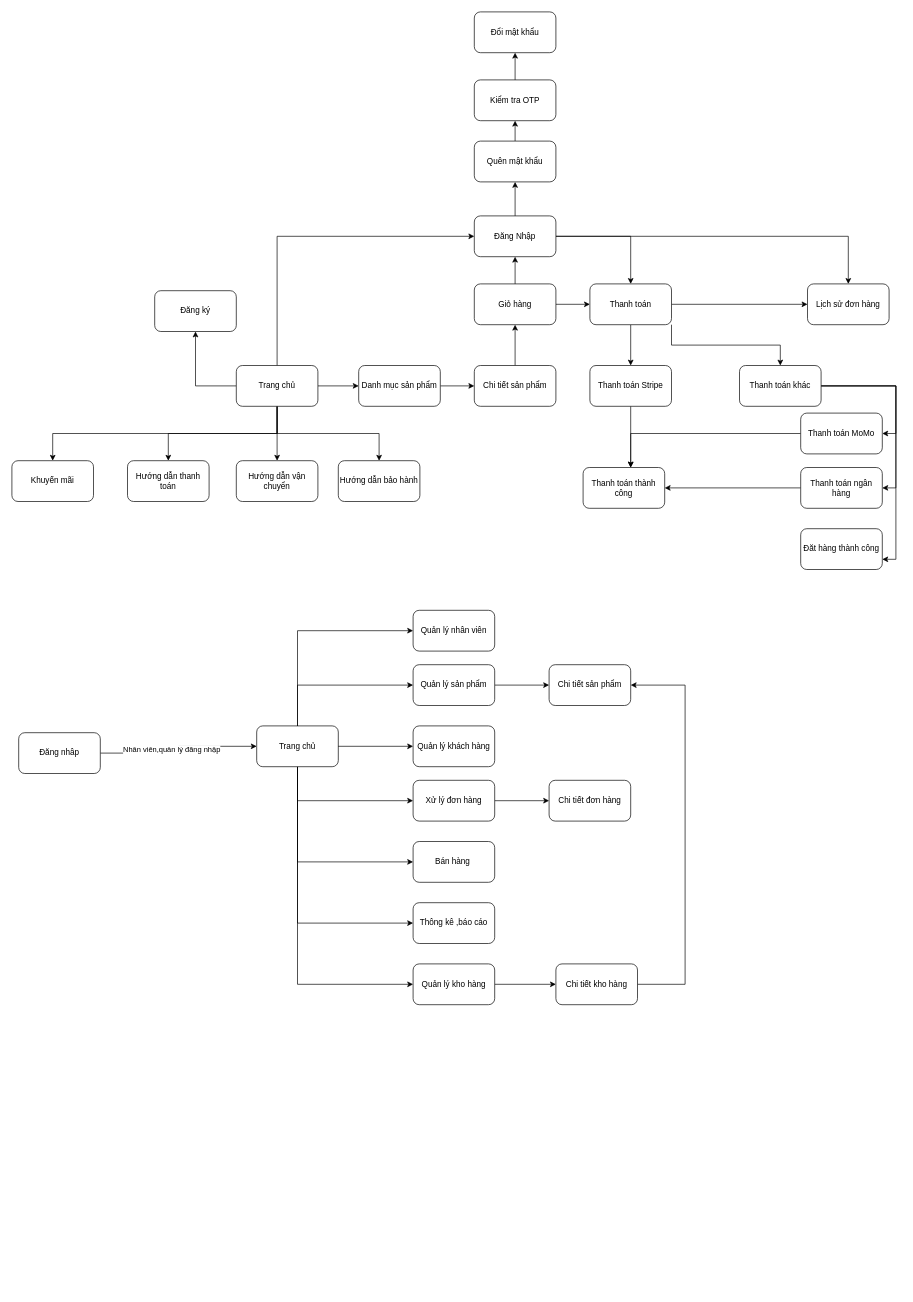
The draw.io diagram Báo Cáo/SơĐồLuồngMànHình.drawio in hoangtuandrive/GearVM, before the edit. Source tidied: cells renumbered, new cells numbered last; positions are measured from the earlier drawing's top-left corner, leaving out a move shared by most shapes. Both pictures are drawn from the tidied source at 68%, with x=0, y=0 at pixel (12, 12).
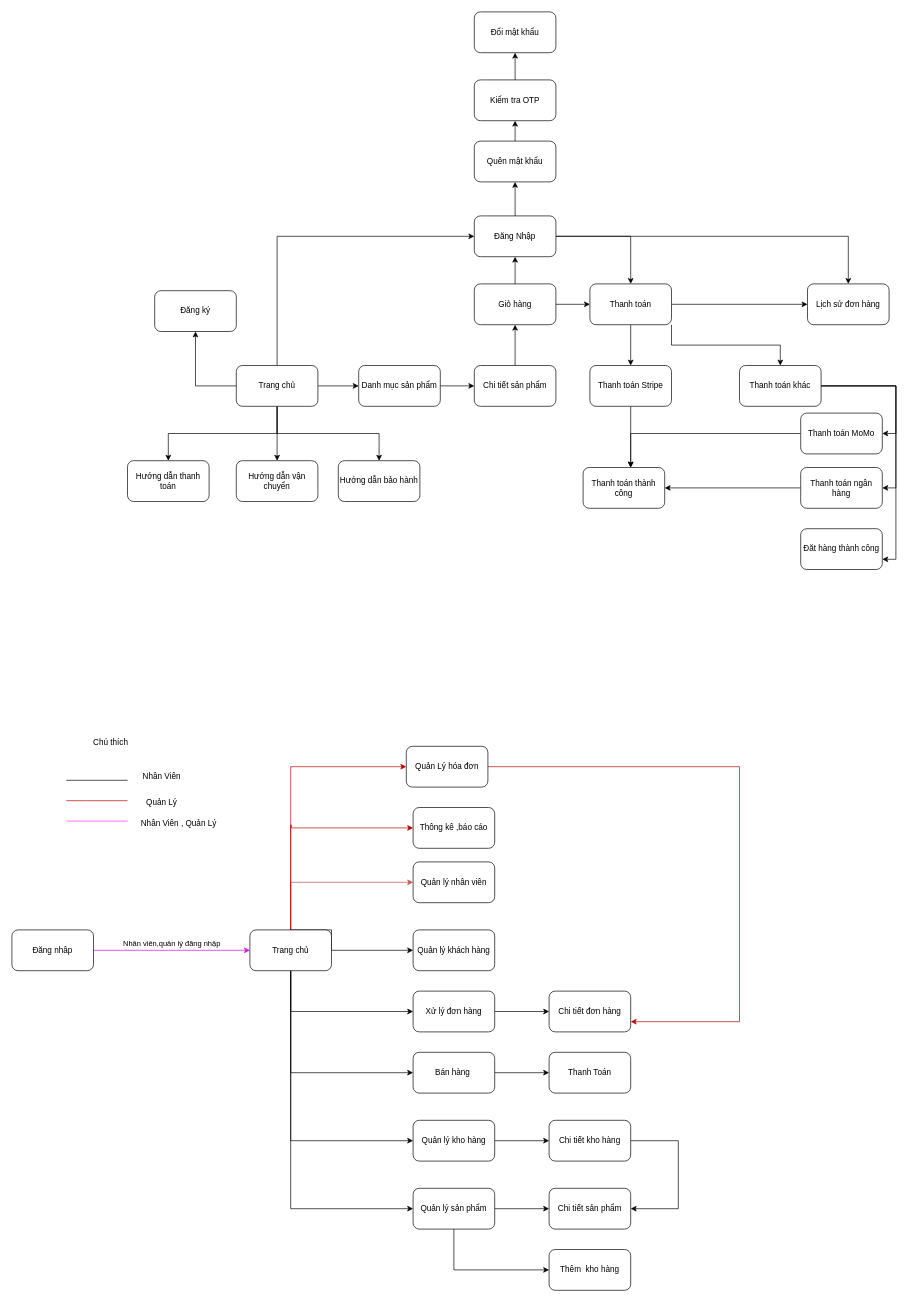
The same page after the edit.

Unchanged cells that the change refers to:
```xml
<mxCell id="9" value="Trang chủ" style="rounded=1;whiteSpace=wrap;html=1;" parent="1" vertex="1">
  <mxGeometry x="330" y="520" width="120" height="60" as="geometry" />
</mxCell>
```

Change to the diagram source:
```diff
@@
-    <mxCell id="8" style="edgeStyle=orthogonalEdgeStyle;rounded=0;jettySize=auto;html=1;" parent="1" edge="1" source="9" target="70">
-      <mxGeometry relative="1" as="geometry">
-        <Array as="points">
-          <mxPoint x="390" y="620" />
-          <mxPoint x="60" y="620" />
-        </Array>
-      </mxGeometry>
-    </mxCell>
@@
-    <mxCell id="30" value="Nhân viên,quản lý đăng nhập" style="edgeStyle=orthogonalEdgeStyle;rounded=0;jettySize=auto;html=1;" parent="1" edge="1" source="31" target="39">
+    <mxCell id="30" value="Nhân viên,quản lý đăng nhập" style="edgeStyle=orthogonalEdgeStyle;rounded=0;jettySize=auto;html=1;fillColor=#e3c800;strokeColor=#d70ae6;" parent="1" edge="1" source="31" target="39">
       <mxGeometry y="10" relative="1" as="geometry" />
     </mxCell>
     <mxCell id="31" value="Đăng nhâp" style="rounded=1;whiteSpace=wrap;html=1;" parent="1" vertex="1">
-      <mxGeometry x="10" y="1060" width="120" height="60" as="geometry" />
+      <mxGeometry y="1350" width="120" height="60" as="geometry" />
     </mxCell>
-    <mxCell id="32" style="edgeStyle=orthogonalEdgeStyle;rounded=0;jettySize=auto;html=1;exitX=0.5;exitY=0;exitDx=0;exitDy=0;entryX=0;entryY=0.5;entryDx=0;entryDy=0;" parent="1" edge="1" source="39" target="40">
+    <mxCell id="32" style="edgeStyle=orthogonalEdgeStyle;rounded=0;jettySize=auto;html=1;exitX=0.5;exitY=0;exitDx=0;exitDy=0;entryX=0;entryY=0.5;entryDx=0;entryDy=0;fillColor=#f8cecc;strokeColor=#b85450;" parent="1" edge="1" source="39" target="40">
       <mxGeometry relative="1" as="geometry" />
     </mxCell>
     <mxCell id="33" style="edgeStyle=orthogonalEdgeStyle;rounded=0;jettySize=auto;html=1;exitX=1;exitY=0.5;exitDx=0;exitDy=0;entryX=0;entryY=0.5;entryDx=0;entryDy=0;" parent="1" edge="1" source="39" target="42">
       <mxGeometry relative="1" as="geometry">
         <Array as="points">
-          <mxPoint x="420" y="1080" />
-          <mxPoint x="420" y="990" />
+          <mxPoint x="470" y="1350" />
+          <mxPoint x="410" y="1350" />
+          <mxPoint x="410" y="1760" />
         </Array>
       </mxGeometry>
     </mxCell>
     <mxCell id="34" style="edgeStyle=orthogonalEdgeStyle;rounded=0;jettySize=auto;html=1;exitX=0.5;exitY=1;exitDx=0;exitDy=0;entryX=0;entryY=0.5;entryDx=0;entryDy=0;" parent="1" edge="1" source="39" target="43">
       <mxGeometry relative="1" as="geometry">
         <Array as="points">
-          <mxPoint x="420" y="1080" />
+          <mxPoint x="410" y="1380" />
         </Array>
       </mxGeometry>
     </mxCell>
@@
-    <mxCell id="37" style="edgeStyle=orthogonalEdgeStyle;rounded=0;jettySize=auto;html=1;exitX=0.5;exitY=1;exitDx=0;exitDy=0;entryX=0;entryY=0.5;entryDx=0;entryDy=0;" parent="1" edge="1" source="39" target="47">
-      <mxGeometry relative="1" as="geometry" />
+    <mxCell id="37" style="edgeStyle=orthogonalEdgeStyle;rounded=0;jettySize=auto;html=1;exitX=0.5;exitY=0;exitDx=0;exitDy=0;entryX=0;entryY=0.5;entryDx=0;entryDy=0;fillColor=#e51400;strokeColor=#B20000;" parent="1" edge="1" source="39" target="47">
+      <mxGeometry relative="1" as="geometry">
+        <Array as="points">
+          <mxPoint x="410" y="1196" />
+          <mxPoint x="411" y="1040" />
+        </Array>
+      </mxGeometry>
     </mxCell>
     <mxCell id="38" style="edgeStyle=orthogonalEdgeStyle;rounded=0;jettySize=auto;html=1;exitX=0.5;exitY=1;exitDx=0;exitDy=0;entryX=0;entryY=0.5;entryDx=0;entryDy=0;" parent="1" edge="1" source="39" target="49">
-      <mxGeometry relative="1" as="geometry" />
+      <mxGeometry relative="1" as="geometry">
+        <Array as="points">
+          <mxPoint x="410" y="1660" />
+        </Array>
+      </mxGeometry>
     </mxCell>
+    <mxCell id="72" style="edgeStyle=orthogonalEdgeStyle;rounded=0;jettySize=auto;html=1;exitX=0.5;exitY=0;exitDx=0;exitDy=0;entryX=0;entryY=0.5;entryDx=0;entryDy=0;fillColor=#e51400;strokeColor=#B20000;" parent="1" edge="1" source="39" target="78">
+      <mxGeometry relative="1" as="geometry" />
+    </mxCell>
     <mxCell id="39" value="Trang chủ" style="rounded=1;whiteSpace=wrap;html=1;" parent="1" vertex="1">
-      <mxGeometry x="360" y="1050" width="120" height="60" as="geometry" />
+      <mxGeometry x="350" y="1350" width="120" height="60" as="geometry" />
     </mxCell>
     <mxCell id="40" value="Quản lý nhân viên" style="rounded=1;whiteSpace=wrap;html=1;" parent="1" vertex="1">
-      <mxGeometry x="590" y="880" width="120" height="60" as="geometry" />
+      <mxGeometry x="590" y="1250" width="120" height="60" as="geometry" />
     </mxCell>
@@
+    <mxCell id="73" style="edgeStyle=orthogonalEdgeStyle;rounded=0;jettySize=auto;html=1;exitX=0.5;exitY=1;exitDx=0;exitDy=0;entryX=0;entryY=0.5;entryDx=0;entryDy=0;" parent="1" edge="1" source="42" target="75">
+      <mxGeometry relative="1" as="geometry" />
+    </mxCell>
     <mxCell id="42" value="Quản lý sản phẩm" style="rounded=1;whiteSpace=wrap;html=1;" parent="1" vertex="1">
-      <mxGeometry x="590" y="960" width="120" height="60" as="geometry" />
+      <mxGeometry x="590" y="1730" width="120" height="60" as="geometry" />
     </mxCell>
     <mxCell id="43" value="Quản lý khách hàng" style="rounded=1;whiteSpace=wrap;html=1;" parent="1" vertex="1">
-      <mxGeometry x="590" y="1050" width="120" height="60" as="geometry" />
+      <mxGeometry x="590" y="1350" width="120" height="60" as="geometry" />
     </mxCell>
@@
     <mxCell id="45" value="Xử lý đơn hàng" style="rounded=1;whiteSpace=wrap;html=1;" parent="1" vertex="1">
-      <mxGeometry x="590" y="1130" width="120" height="60" as="geometry" />
+      <mxGeometry x="590" y="1440" width="120" height="60" as="geometry" />
     </mxCell>
+    <mxCell id="74" style="edgeStyle=orthogonalEdgeStyle;rounded=0;jettySize=auto;html=1;exitX=1;exitY=0.5;exitDx=0;exitDy=0;entryX=0;entryY=0.5;entryDx=0;entryDy=0;" parent="1" edge="1" source="46" target="76">
+      <mxGeometry relative="1" as="geometry" />
+    </mxCell>
     <mxCell id="46" value="Bán hàng&amp;nbsp;" style="rounded=1;whiteSpace=wrap;html=1;" parent="1" vertex="1">
-      <mxGeometry x="590" y="1220" width="120" height="60" as="geometry" />
+      <mxGeometry x="590" y="1530" width="120" height="60" as="geometry" />
     </mxCell>
     <mxCell id="47" value="Thông kê ,báo cáo" style="rounded=1;whiteSpace=wrap;html=1;" parent="1" vertex="1">
-      <mxGeometry x="590" y="1310" width="120" height="60" as="geometry" />
+      <mxGeometry x="590" y="1170" width="120" height="60" as="geometry" />
     </mxCell>
@@
     <mxCell id="49" value="Quản lý kho hàng" style="rounded=1;whiteSpace=wrap;html=1;" parent="1" vertex="1">
-      <mxGeometry x="590" y="1400" width="120" height="60" as="geometry" />
+      <mxGeometry x="590" y="1630" width="120" height="60" as="geometry" />
     </mxCell>
@@
     <mxCell id="61" value="Chi tiết sản phẩm" style="rounded=1;whiteSpace=wrap;html=1;" parent="1" vertex="1">
-      <mxGeometry x="790" y="960" width="120" height="60" as="geometry" />
+      <mxGeometry x="790" y="1730" width="120" height="60" as="geometry" />
     </mxCell>
     <mxCell id="62" value="Chi tiết đơn hàng" style="rounded=1;whiteSpace=wrap;html=1;" parent="1" vertex="1">
-      <mxGeometry x="790" y="1130" width="120" height="60" as="geometry" />
+      <mxGeometry x="790" y="1440" width="120" height="60" as="geometry" />
     </mxCell>
     <mxCell id="63" style="edgeStyle=orthogonalEdgeStyle;rounded=0;jettySize=auto;html=1;exitX=1;exitY=0.5;exitDx=0;exitDy=0;entryX=1;entryY=0.5;entryDx=0;entryDy=0;" parent="1" edge="1" source="64" target="61">
       <mxGeometry relative="1" as="geometry">
         <Array as="points">
-          <mxPoint x="990" y="1430" />
-          <mxPoint x="990" y="990" />
+          <mxPoint x="980" y="1660" />
+          <mxPoint x="980" y="1760" />
         </Array>
       </mxGeometry>
     </mxCell>
     <mxCell id="64" value="Chi tiết kho hàng" style="rounded=1;whiteSpace=wrap;html=1;" parent="1" vertex="1">
-      <mxGeometry x="800" y="1400" width="120" height="60" as="geometry" />
+      <mxGeometry x="790" y="1630" width="120" height="60" as="geometry" />
     </mxCell>
@@
-    <mxCell id="70" value="Khuyến mãi" style="rounded=1;whiteSpace=wrap;html=1;" parent="1" vertex="1">
-      <mxGeometry y="660" width="120" height="60" as="geometry" />
-    </mxCell>
@@
+    <mxCell id="75" value="Thêm&amp;nbsp; kho hàng" style="rounded=1;whiteSpace=wrap;html=1;" parent="1" vertex="1">
+      <mxGeometry x="790" y="1820" width="120" height="60" as="geometry" />
+    </mxCell>
+    <mxCell id="76" value="Thanh Toán" style="rounded=1;whiteSpace=wrap;html=1;" parent="1" vertex="1">
+      <mxGeometry x="790" y="1530" width="120" height="60" as="geometry" />
+    </mxCell>
+    <mxCell id="77" style="edgeStyle=orthogonalEdgeStyle;rounded=0;jettySize=auto;html=1;exitX=1;exitY=0.5;exitDx=0;exitDy=0;entryX=1;entryY=0.75;entryDx=0;entryDy=0;fillColor=#e51400;strokeColor=#B20000;" parent="1" edge="1" source="78" target="62">
+      <mxGeometry relative="1" as="geometry">
+        <Array as="points">
+          <mxPoint x="1070" y="1110" />
+          <mxPoint x="1070" y="1485" />
+        </Array>
+      </mxGeometry>
+    </mxCell>
+    <mxCell id="78" value="Quản Lý hóa đơn" style="rounded=1;whiteSpace=wrap;html=1;" parent="1" vertex="1">
+      <mxGeometry x="580" y="1080" width="120" height="60" as="geometry" />
+    </mxCell>
+    <mxCell id="79" value="Nhân Viên" style="text;html=1;align=center;verticalAlign=middle;strokeColor=none;fillColor=none;" parent="1" vertex="1">
+      <mxGeometry x="180" y="1110" width="80" height="30" as="geometry" />
+    </mxCell>
+    <mxCell id="80" style="endArrow=none;html=1;rounded=0;fillColor=#e51400;strokeColor=#050000;" parent="1" edge="1">
+      <mxGeometry relative="1" as="geometry">
+        <mxPoint x="80" y="1130" as="sourcePoint" />
+        <mxPoint x="170" y="1130" as="targetPoint" />
+        <Array as="points">
+          <mxPoint x="80" y="1130" />
+        </Array>
+      </mxGeometry>
+    </mxCell>
+    <mxCell id="81" style="endArrow=none;html=1;rounded=0;fillColor=#e51400;strokeColor=#B20000;" parent="1" edge="1">
+      <mxGeometry relative="1" as="geometry">
+        <mxPoint x="80" y="1160" as="sourcePoint" />
+        <mxPoint x="170" y="1160" as="targetPoint" />
+        <Array as="points">
+          <mxPoint x="80" y="1160" />
+          <mxPoint x="110" y="1160" />
+        </Array>
+      </mxGeometry>
+    </mxCell>
+    <mxCell id="82" value="Quản Lý" style="text;html=1;align=center;verticalAlign=middle;strokeColor=none;fillColor=none;" parent="1" vertex="1">
+      <mxGeometry x="185" y="1148" width="70" height="30" as="geometry" />
+    </mxCell>
+    <mxCell id="83" style="endArrow=none;html=1;rounded=0;strokeColor=#FF33FF;" parent="1" edge="1">
+      <mxGeometry relative="1" as="geometry">
+        <mxPoint x="80" y="1190" as="sourcePoint" />
+        <mxPoint x="170" y="1190" as="targetPoint" />
+        <Array as="points">
+          <mxPoint x="80" y="1190" />
+          <mxPoint x="110" y="1190" />
+        </Array>
+      </mxGeometry>
+    </mxCell>
+    <mxCell id="84" value="Nhân Viên , Quản Lý" style="text;html=1;align=center;verticalAlign=middle;strokeColor=none;fillColor=none;" parent="1" vertex="1">
+      <mxGeometry x="180" y="1178" width="130" height="30" as="geometry" />
+    </mxCell>
+    <mxCell id="85" value="Chú thích" style="text;html=1;align=center;verticalAlign=middle;strokeColor=none;fillColor=none;" parent="1" vertex="1">
+      <mxGeometry x="110" y="1060" width="70" height="30" as="geometry" />
+    </mxCell>
```
